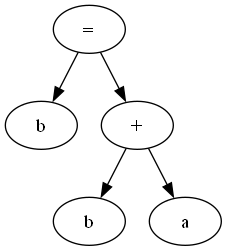
This is cpp/parse_tree.png from ShauryaPundirGraphicEra/Compiler, a Graphviz export, as it was before one commit. Its source is kept beside it as cpp/parse_tree.dot.
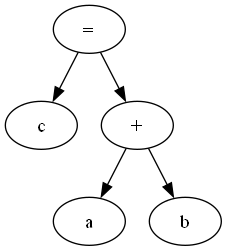
The same diagram one commit later.

What changed in the source:
```diff
@@ -2,10 +2,6 @@
   0 [label="="];
   1 [label="b"];
   0 -> 1;
-  2 [label="+"];
-  3 [label="b"];
-  2 -> 3;
-  4 [label="a"];
-  2 -> 4;
+  2 [label="3"];
   0 -> 2;
 }
```
